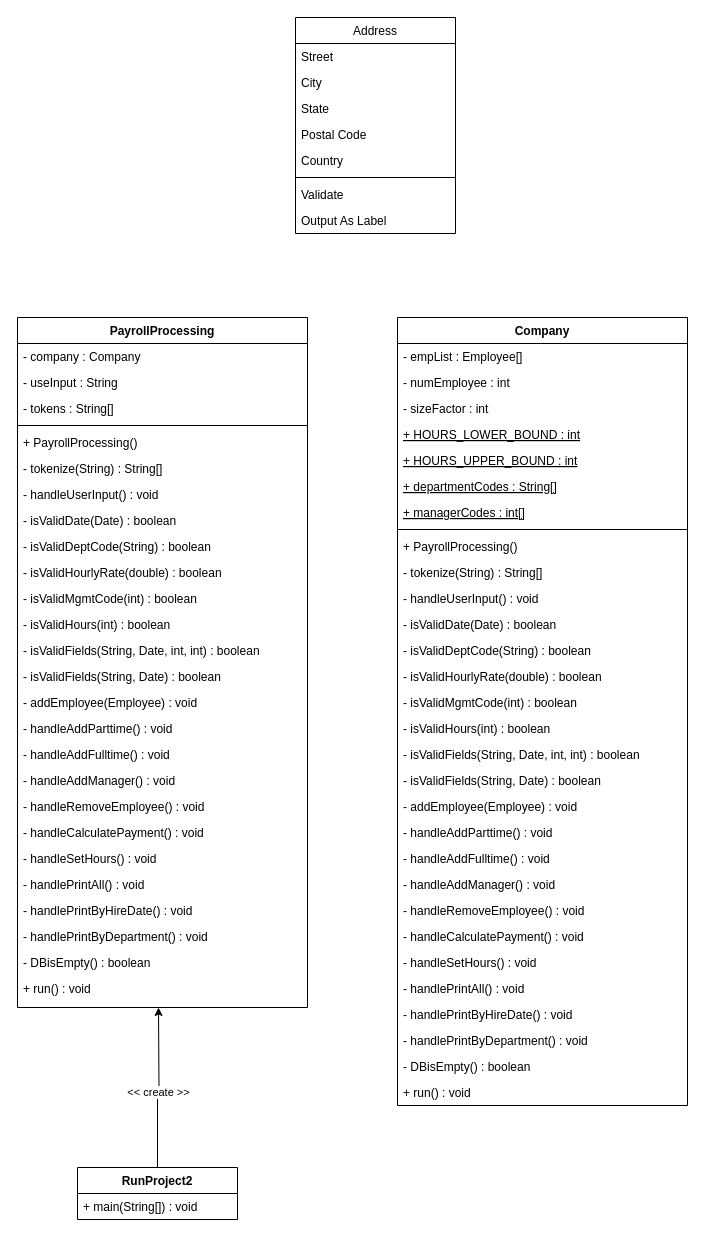
demoraeshugo/Java-Payroll-Processing-System keeps this draw.io diagram as Java-Payroll-Processing-System.drawio. Above is the earlier version. Source tidied: cells renumbered, new cells numbered last; positions are measured from the earlier drawing's top-left corner, leaving out a move shared by most shapes. Both pictures are drawn from the tidied source at 100%, with x=0, y=0 at pixel (17, 17).
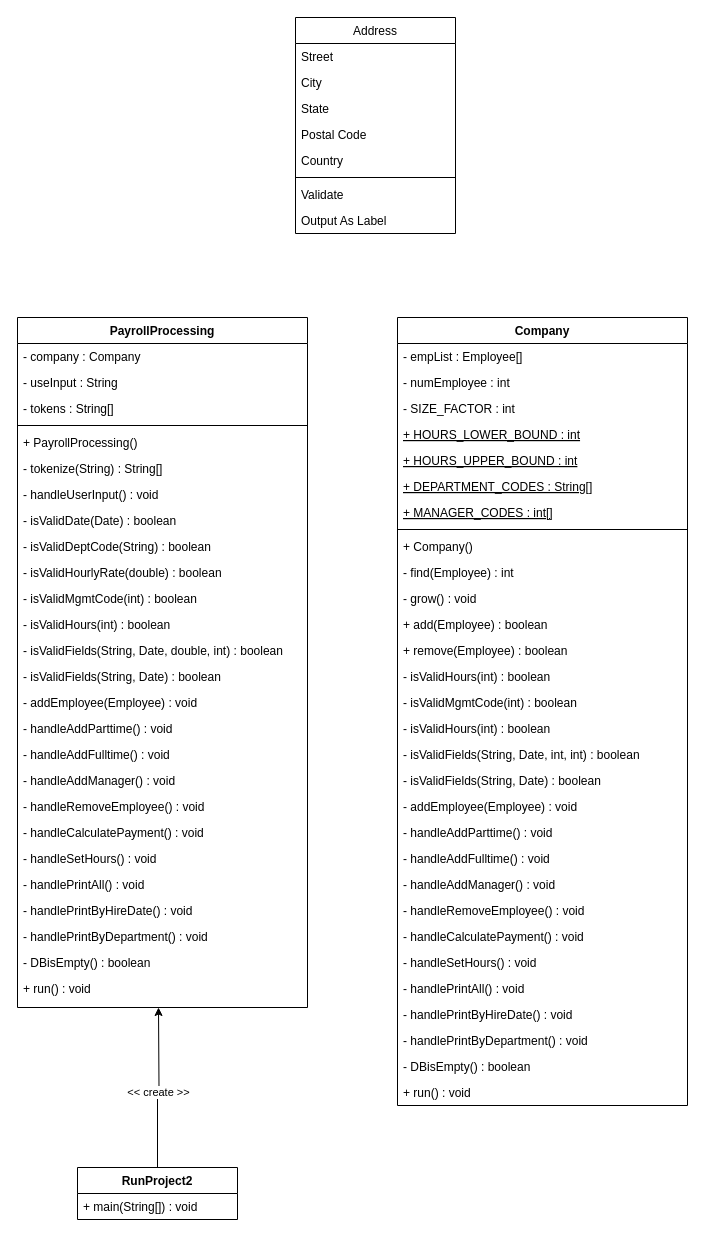
After the change.

Unchanged cells that the change refers to:
```xml
<mxCell id="2" value="PayrollProcessing" style="swimlane;fontStyle=1;align=center;verticalAlign=top;horizontal=1;startSize=26;rounded=0;shadow=0;strokeWidth=1;" parent="1" vertex="1">
  <mxGeometry y="300" width="290" height="690" as="geometry" />
</mxCell>
<mxCell id="42" value="Company" style="swimlane;fontStyle=1;align=center;verticalAlign=top;horizontal=1;startSize=26;rounded=0;shadow=0;strokeWidth=1;" parent="1" vertex="1">
  <mxGeometry x="380" y="300" width="290" height="788" as="geometry" />
</mxCell>
```

What changed in the source:
```diff
@@
-    <mxCell id="15" value="- isValidFields(String, Date, int, int) : boolean" style="text;align=left;verticalAlign=top;spacingLeft=4;spacingRight=4;overflow=hidden;" parent="2" vertex="1">
+    <mxCell id="15" value="- isValidFields(String, Date, double, int) : boolean" style="text;align=left;verticalAlign=top;spacingLeft=4;spacingRight=4;overflow=hidden;" parent="2" vertex="1">
       <mxGeometry y="320" width="290" height="26" as="geometry" />
     </mxCell>
@@
-    <mxCell id="45" value="- sizeFactor : int" style="text;align=left;verticalAlign=top;spacingLeft=4;spacingRight=4;overflow=hidden;rounded=0;shadow=0;html=0;" parent="42" vertex="1">
+    <mxCell id="45" value="- SIZE_FACTOR : int" style="text;align=left;verticalAlign=top;spacingLeft=4;spacingRight=4;overflow=hidden;rounded=0;shadow=0;html=0;" parent="42" vertex="1">
       <mxGeometry y="78" width="290" height="26" as="geometry" />
     </mxCell>
@@
-    <mxCell id="48" value="+ departmentCodes : String[]" style="text;align=left;verticalAlign=top;spacingLeft=4;spacingRight=4;overflow=hidden;rounded=0;shadow=0;html=0;fontStyle=4;" parent="42" vertex="1">
+    <mxCell id="48" value="+ DEPARTMENT_CODES : String[]" style="text;align=left;verticalAlign=top;spacingLeft=4;spacingRight=4;overflow=hidden;rounded=0;shadow=0;html=0;fontStyle=4;" parent="42" vertex="1">
       <mxGeometry y="156" width="290" height="26" as="geometry" />
     </mxCell>
-    <mxCell id="49" value="+ managerCodes : int[]" style="text;align=left;verticalAlign=top;spacingLeft=4;spacingRight=4;overflow=hidden;rounded=0;shadow=0;html=0;fontStyle=4;" parent="42" vertex="1">
+    <mxCell id="49" value="+ MANAGER_CODES : int[]" style="text;align=left;verticalAlign=top;spacingLeft=4;spacingRight=4;overflow=hidden;rounded=0;shadow=0;html=0;fontStyle=4;" parent="42" vertex="1">
       <mxGeometry y="182" width="290" height="26" as="geometry" />
     </mxCell>
@@
-    <mxCell id="51" value="+ PayrollProcessing()" style="text;align=left;verticalAlign=top;spacingLeft=4;spacingRight=4;overflow=hidden;rounded=0;shadow=0;html=0;" parent="42" vertex="1">
+    <mxCell id="51" value="+ Company()" style="text;align=left;verticalAlign=top;spacingLeft=4;spacingRight=4;overflow=hidden;rounded=0;shadow=0;html=0;" parent="42" vertex="1">
       <mxGeometry y="216" width="290" height="26" as="geometry" />
     </mxCell>
-    <mxCell id="52" value="- tokenize(String) : String[]" style="text;align=left;verticalAlign=top;spacingLeft=4;spacingRight=4;overflow=hidden;" parent="42" vertex="1">
+    <mxCell id="52" value="- find(Employee) : int" style="text;align=left;verticalAlign=top;spacingLeft=4;spacingRight=4;overflow=hidden;" parent="42" vertex="1">
       <mxGeometry y="242" width="290" height="26" as="geometry" />
     </mxCell>
-    <mxCell id="53" value="- handleUserInput() : void" style="text;align=left;verticalAlign=top;spacingLeft=4;spacingRight=4;overflow=hidden;" parent="42" vertex="1">
+    <mxCell id="53" value="- grow() : void" style="text;align=left;verticalAlign=top;spacingLeft=4;spacingRight=4;overflow=hidden;" parent="42" vertex="1">
       <mxGeometry y="268" width="290" height="26" as="geometry" />
     </mxCell>
-    <mxCell id="54" value="- isValidDate(Date) : boolean" style="text;align=left;verticalAlign=top;spacingLeft=4;spacingRight=4;overflow=hidden;" parent="42" vertex="1">
+    <mxCell id="54" value="+ add(Employee) : boolean" style="text;align=left;verticalAlign=top;spacingLeft=4;spacingRight=4;overflow=hidden;" parent="42" vertex="1">
       <mxGeometry y="294" width="290" height="26" as="geometry" />
     </mxCell>
-    <mxCell id="55" value="- isValidDeptCode(String) : boolean" style="text;align=left;verticalAlign=top;spacingLeft=4;spacingRight=4;overflow=hidden;" parent="42" vertex="1">
+    <mxCell id="55" value="+ remove(Employee) : boolean" style="text;align=left;verticalAlign=top;spacingLeft=4;spacingRight=4;overflow=hidden;" parent="42" vertex="1">
       <mxGeometry y="320" width="290" height="26" as="geometry" />
     </mxCell>
-    <mxCell id="56" value="- isValidHourlyRate(double) : boolean" style="text;align=left;verticalAlign=top;spacingLeft=4;spacingRight=4;overflow=hidden;" parent="42" vertex="1">
+    <mxCell id="56" value="- isValidHours(int) : boolean" style="text;align=left;verticalAlign=top;spacingLeft=4;spacingRight=4;overflow=hidden;" parent="42" vertex="1">
       <mxGeometry y="346" width="290" height="26" as="geometry" />
     </mxCell>
```
